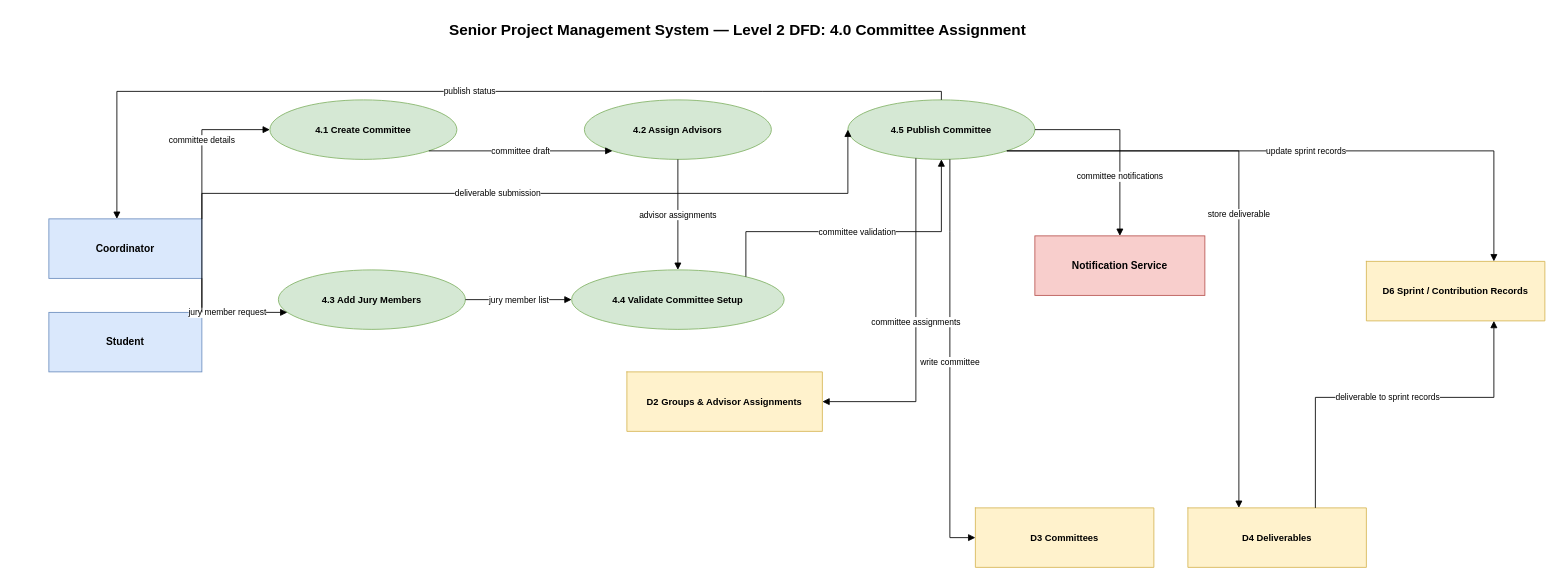
Above: docs/dfdlevel2_4.drawio in SE3318-Spring-2025-2026/senior-app-3 (draw.io), before the change. Source tidied: cells renumbered, new cells numbered last; positions are measured from the earlier drawing's top-left corner, leaving out a move shared by most shapes. Both pictures are drawn from the tidied source at 85%, with x=0, y=0 at pixel (14, 14).
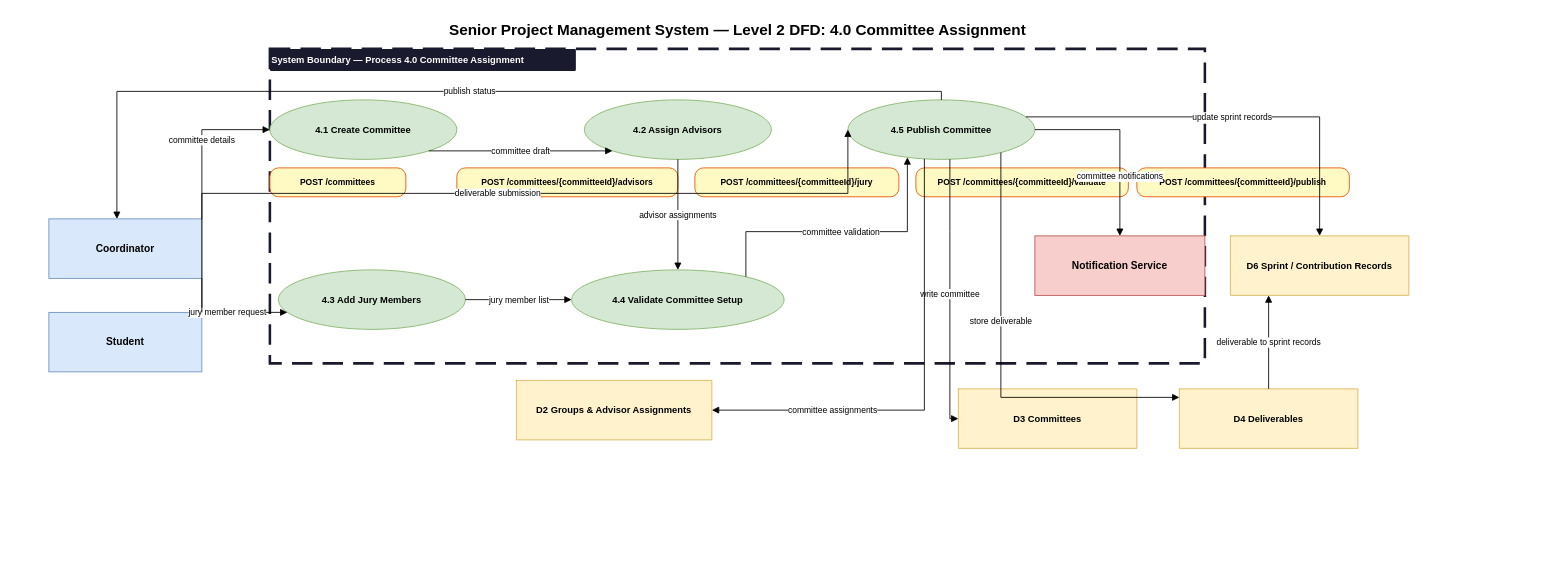
Above is the later version.

Commit message (it also covers changes not shown here):
Added system boundaries for DFD 2.3 and 2.4

Unchanged cells that the change refers to:
```xml
<mxCell id="12" value="4.5 Publish Committee" style="ellipse;whiteSpace=wrap;html=1;fillColor=#d5e8d4;strokeColor=#82b366;fontStyle=1;fontSize=11;" parent="1" vertex="1">
  <mxGeometry x="980" y="100" width="220" height="70" as="geometry" />
</mxCell>
<mxCell id="14" value="4.4 Validate Committee Setup" style="ellipse;whiteSpace=wrap;html=1;fillColor=#d5e8d4;strokeColor=#82b366;fontStyle=1;fontSize=11;" parent="1" vertex="1">
  <mxGeometry x="655" y="300" width="250" height="70" as="geometry" />
</mxCell>
```

The edit, as a diff of the source:
```diff
@@
+    <mxCell id="29" style="rounded=0;whiteSpace=wrap;html=1;strokeColor=#1a1a2e;fillColor=none;strokeWidth=3;dashed=1;dashPattern=8 4;" parent="1" vertex="1">
+      <mxGeometry x="300" y="40" width="1100" height="370" as="geometry" />
+    </mxCell>
+    <mxCell id="30" value="System Boundary — Process 4.0 Committee Assignment" style="text;html=1;strokeColor=none;fillColor=#1a1a2e;fontColor=#ffffff;align=left;verticalAlign=middle;fontSize=11;fontStyle=1;rounded=1;arcSize=5;" parent="1" vertex="1">
+      <mxGeometry x="300" y="40" width="360" height="26" as="geometry" />
+    </mxCell>
+    <mxCell id="31" value="&lt;font style=&quot;font-size: 10px;&quot;&gt;&lt;b&gt;POST /committees&lt;/b&gt;&lt;/font&gt;" style="rounded=1;whiteSpace=wrap;html=1;fillColor=#fff9c4;strokeColor=#e65100;fontSize=10;fontStyle=1;arcSize=30;align=center;verticalAlign=middle;" parent="1" vertex="1">
+      <mxGeometry x="300" y="180" width="160" height="34" as="geometry" />
+    </mxCell>
+    <mxCell id="32" value="&lt;font style=&quot;font-size: 10px;&quot;&gt;&lt;b&gt;POST /committees/{committeeId}/advisors&lt;/b&gt;&lt;/font&gt;" style="rounded=1;whiteSpace=wrap;html=1;fillColor=#fff9c4;strokeColor=#e65100;fontSize=10;fontStyle=1;arcSize=30;align=center;verticalAlign=middle;" parent="1" vertex="1">
+      <mxGeometry x="520" y="180" width="260" height="34" as="geometry" />
+    </mxCell>
+    <mxCell id="33" value="&lt;font style=&quot;font-size: 10px;&quot;&gt;&lt;b&gt;POST /committees/{committeeId}/jury&lt;/b&gt;&lt;/font&gt;" style="rounded=1;whiteSpace=wrap;html=1;fillColor=#fff9c4;strokeColor=#e65100;fontSize=10;fontStyle=1;arcSize=30;align=center;verticalAlign=middle;" parent="1" vertex="1">
+      <mxGeometry x="800" y="180" width="240" height="34" as="geometry" />
+    </mxCell>
+    <mxCell id="34" value="&lt;font style=&quot;font-size: 10px;&quot;&gt;&lt;b&gt;POST /committees/{committeeId}/validate&lt;/b&gt;&lt;/font&gt;" style="rounded=1;whiteSpace=wrap;html=1;fillColor=#fff9c4;strokeColor=#e65100;fontSize=10;fontStyle=1;arcSize=30;align=center;verticalAlign=middle;" parent="1" vertex="1">
+      <mxGeometry x="1060" y="180" width="250" height="34" as="geometry" />
+    </mxCell>
+    <mxCell id="35" value="&lt;font style=&quot;font-size: 10px;&quot;&gt;&lt;b&gt;POST /committees/{committeeId}/publish&lt;/b&gt;&lt;/font&gt;" style="rounded=1;whiteSpace=wrap;html=1;fillColor=#fff9c4;strokeColor=#e65100;fontSize=10;fontStyle=1;arcSize=30;align=center;verticalAlign=middle;" parent="1" vertex="1">
+      <mxGeometry x="1320" y="180" width="250" height="34" as="geometry" />
+    </mxCell>
@@
-    <mxCell id="5" value="D4 Deliverables" style="shape=partialRectangle;whiteSpace=wrap;html=1;fillColor=#fff2cc;strokeColor=#d6b656;fontStyle=1;fontSize=11;" parent="1" vertex="1">
-      <mxGeometry x="1380" y="580" width="210" height="70" as="geometry" />
-    </mxCell>
-    <mxCell id="6" value="D6 Sprint / Contribution Records" style="shape=partialRectangle;whiteSpace=wrap;html=1;fillColor=#fff2cc;strokeColor=#d6b656;fontStyle=1;fontSize=11;" parent="1" vertex="1">
-      <mxGeometry x="1590" y="290" width="210" height="70" as="geometry" />
-    </mxCell>
@@
     <mxCell id="8" value="D2  Groups &amp; Advisor Assignments" style="shape=partialRectangle;whiteSpace=wrap;html=1;fillColor=#fff2cc;strokeColor=#d6b656;fontStyle=1;fontSize=11;" parent="1" vertex="1">
-      <mxGeometry x="720" y="420" width="230" height="70" as="geometry" />
+      <mxGeometry x="590" y="430" width="230" height="70" as="geometry" />
     </mxCell>
     <mxCell id="9" value="D3  Committees" style="shape=partialRectangle;whiteSpace=wrap;html=1;fillColor=#fff2cc;strokeColor=#d6b656;fontStyle=1;fontSize=11;" parent="1" vertex="1">
-      <mxGeometry x="1130" y="580" width="210" height="70" as="geometry" />
+      <mxGeometry x="1110" y="440" width="210" height="70" as="geometry" />
     </mxCell>
+    <mxCell id="5" value="D4 Deliverables" style="shape=partialRectangle;whiteSpace=wrap;html=1;fillColor=#fff2cc;strokeColor=#d6b656;fontStyle=1;fontSize=11;" parent="1" vertex="1">
+      <mxGeometry x="1370" y="440" width="210" height="70" as="geometry" />
+    </mxCell>
+    <mxCell id="6" value="D6 Sprint / Contribution Records" style="shape=partialRectangle;whiteSpace=wrap;html=1;fillColor=#fff2cc;strokeColor=#d6b656;fontStyle=1;fontSize=11;" parent="1" vertex="1">
+      <mxGeometry x="1430" y="260" width="210" height="70" as="geometry" />
+    </mxCell>
@@
     <mxCell id="19" value="committee validation" style="edgeStyle=orthogonalEdgeStyle;rounded=0;html=1;endArrow=block;endFill=1;fontSize=10;" parent="1" edge="1" source="14" target="12">
       <mxGeometry relative="1" as="geometry">
         <Array as="points">
-          <mxPoint x="860" y="335" />
           <mxPoint x="860" y="255" />
+          <mxPoint x="1050" y="255" />
         </Array>
       </mxGeometry>
     </mxCell>
@@
     <mxCell id="21" value="committee assignments" style="edgeStyle=orthogonalEdgeStyle;rounded=0;html=1;endArrow=block;endFill=1;fontSize=10;" parent="1" edge="1" source="12" target="8">
-      <mxGeometry x="-0.03" relative="1" as="geometry">
+      <mxGeometry x="0.48" relative="1" as="geometry">
         <Array as="points">
-          <mxPoint x="1060" y="255" />
-          <mxPoint x="1060" y="665" />
+          <mxPoint x="1070" y="465" />
         </Array>
       </mxGeometry>
     </mxCell>
@@
     <mxCell id="26" value="store deliverable" style="edgeStyle=orthogonalEdgeStyle;rounded=0;html=1;endArrow=block;endFill=1;fontSize=10;" parent="1" edge="1" source="12" target="5">
-      <mxGeometry relative="1" as="geometry">
+      <mxGeometry x="-0.2" relative="1" as="geometry">
         <Array as="points">
-          <mxPoint x="1120" y="160" />
-          <mxPoint x="1440" y="450" />
+          <mxPoint x="1160" y="450" />
         </Array>
+        <mxPoint y="-1" as="offset" />
       </mxGeometry>
     </mxCell>
     <mxCell id="27" value="update sprint records" style="edgeStyle=orthogonalEdgeStyle;rounded=0;html=1;endArrow=block;endFill=1;fontSize=10;" parent="1" edge="1" source="12" target="6">
       <mxGeometry relative="1" as="geometry">
         <Array as="points">
-          <mxPoint x="1120" y="160" />
-          <mxPoint x="1740" y="450" />
+          <mxPoint x="1535" y="120" />
         </Array>
       </mxGeometry>
     </mxCell>
```
